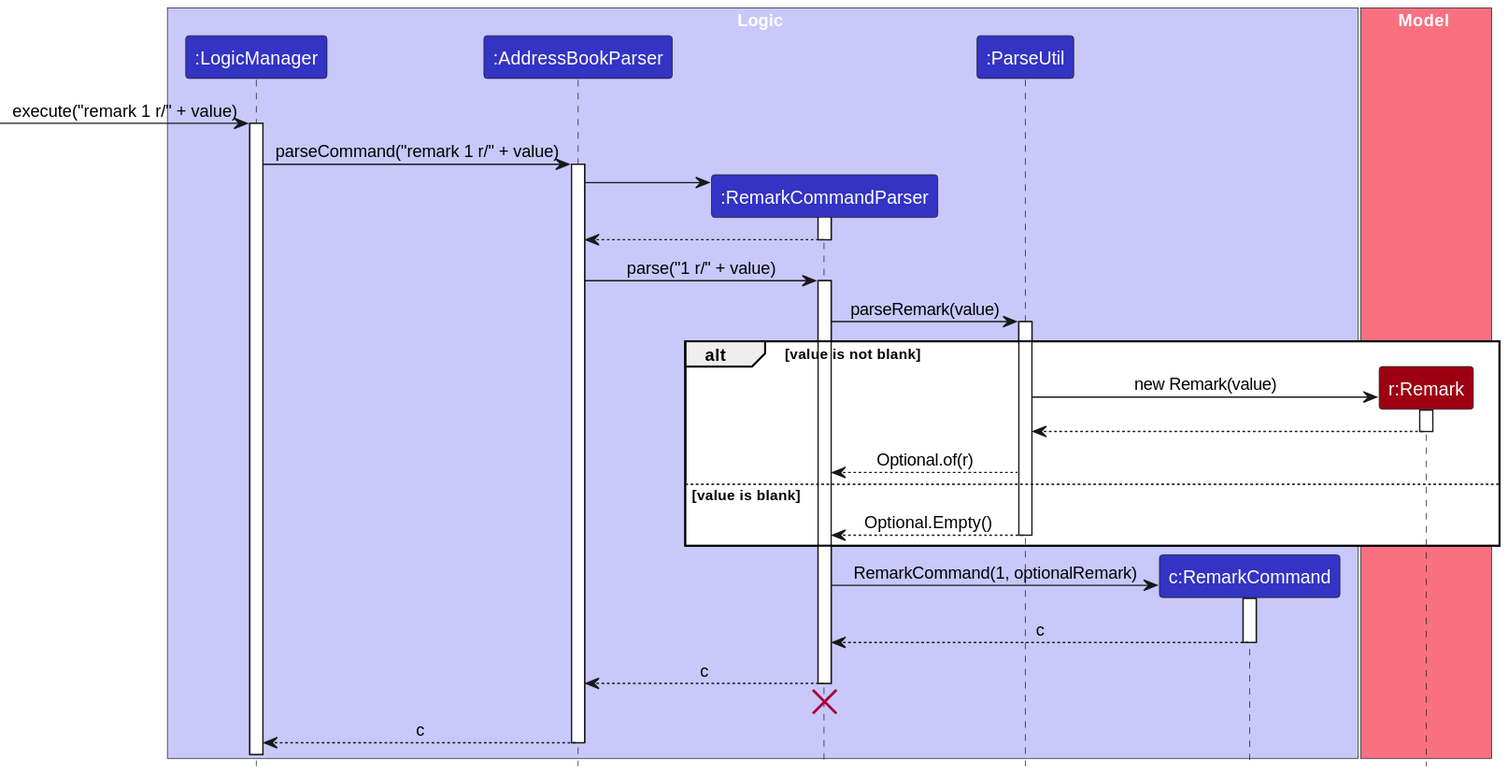
Before: docs/images/RemarkSequenceDiagram-Logic.svg, a diagram exported from PlantUML (AY2324S2-CS2103-F15-1/tp).
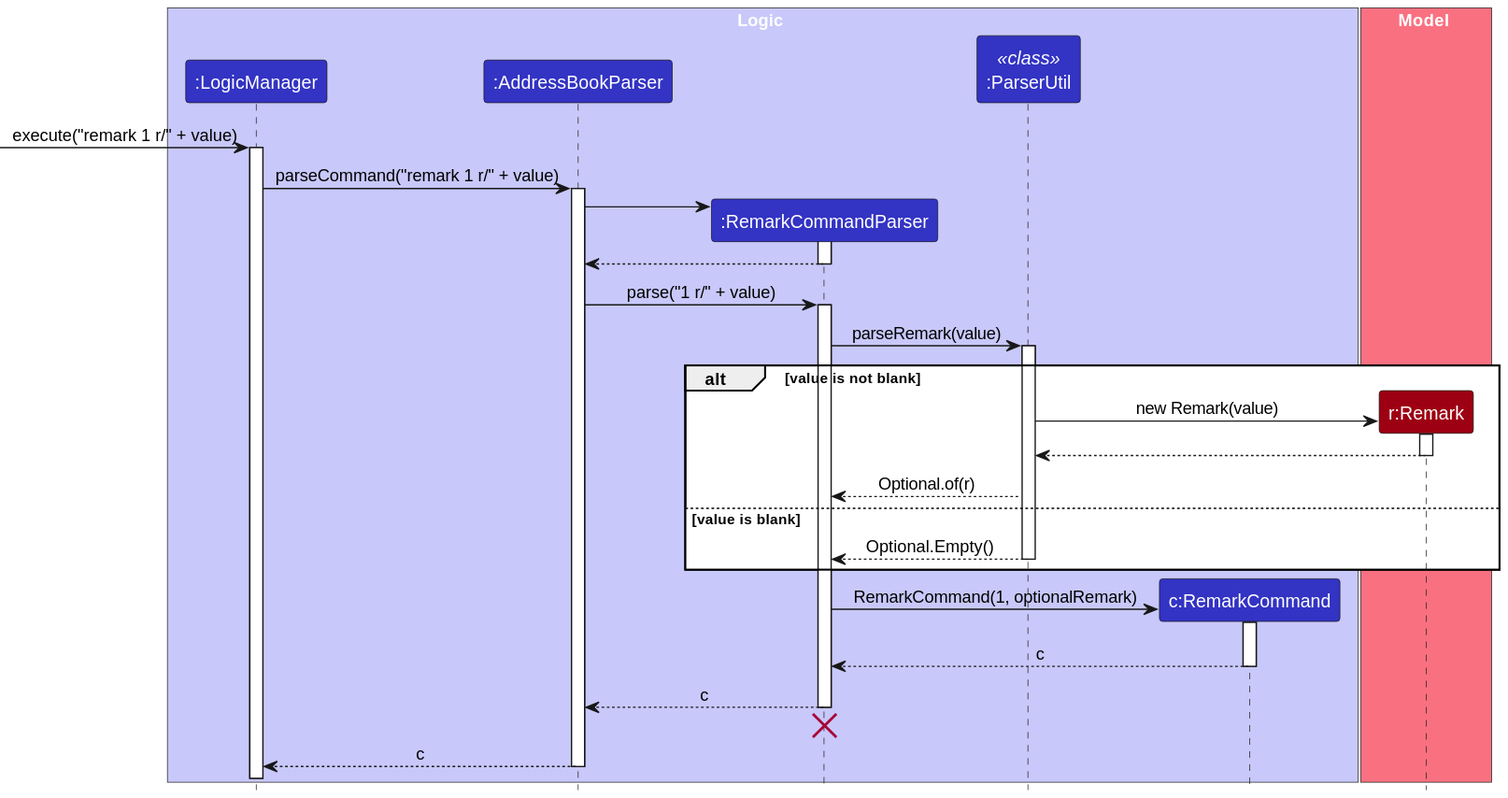
After the commit.

Commit message:
Fix remark uml diagram

The edit, as a diff of the source:
```diff
@@ -6,7 +6,7 @@
 participant ":LogicManager" as LogicManager LOGIC_COLOR
 participant ":AddressBookParser" as AddressBookParser LOGIC_COLOR
 participant ":RemarkCommandParser" as RemarkCommandParser LOGIC_COLOR
-participant ":ParseUtil" as ParseUtil LOGIC_COLOR
+participant ":ParserUtil" as ParserUtil <<class>> LOGIC_COLOR
 participant "c:RemarkCommand" as RemarkCommand LOGIC_COLOR
 end box
 
@@ -30,21 +30,21 @@
 AddressBookParser -> RemarkCommandParser : parse("1 r/" + value)
 activate RemarkCommandParser
 
-RemarkCommandParser -> ParseUtil : parseRemark(value)
-activate ParseUtil
+RemarkCommandParser -> ParserUtil : parseRemark(value)
+activate ParserUtil
 
 alt value is not blank
 create Remark
-ParseUtil -> Remark : new Remark(value)
+ParserUtil -> Remark : new Remark(value)
 activate Remark
 
-Remark --> ParseUtil
+Remark --> ParserUtil
 deactivate Remark
-ParseUtil --> RemarkCommandParser : Optional.of(r)
+ParserUtil --> RemarkCommandParser : Optional.of(r)
 
 else value is blank
-    ParseUtil --> RemarkCommandParser : Optional.Empty()
-deactivate ParseUtil
+    ParserUtil --> RemarkCommandParser : Optional.Empty()
+deactivate ParserUtil
 end
 
 create RemarkCommand
```
